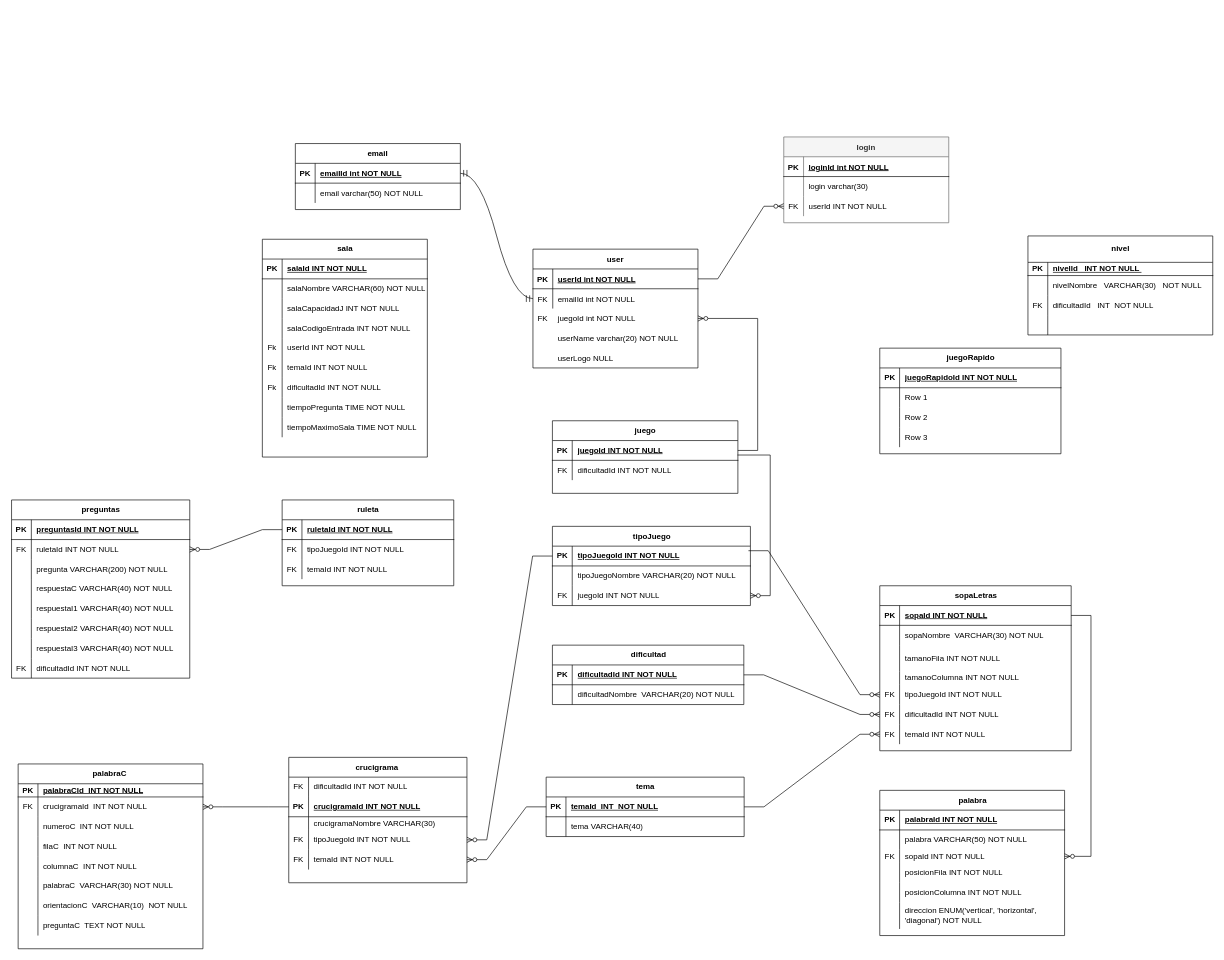
Above: MER/MER_juego.drawio in MasacradorM/juegoConjuntos (draw.io), before the change. Source tidied: cells renumbered, new cells numbered last; positions are measured from the earlier drawing's top-left corner, leaving out a move shared by most shapes. Both pictures are drawn from the tidied source at 66%, with x=0, y=0 at pixel (11, 137).
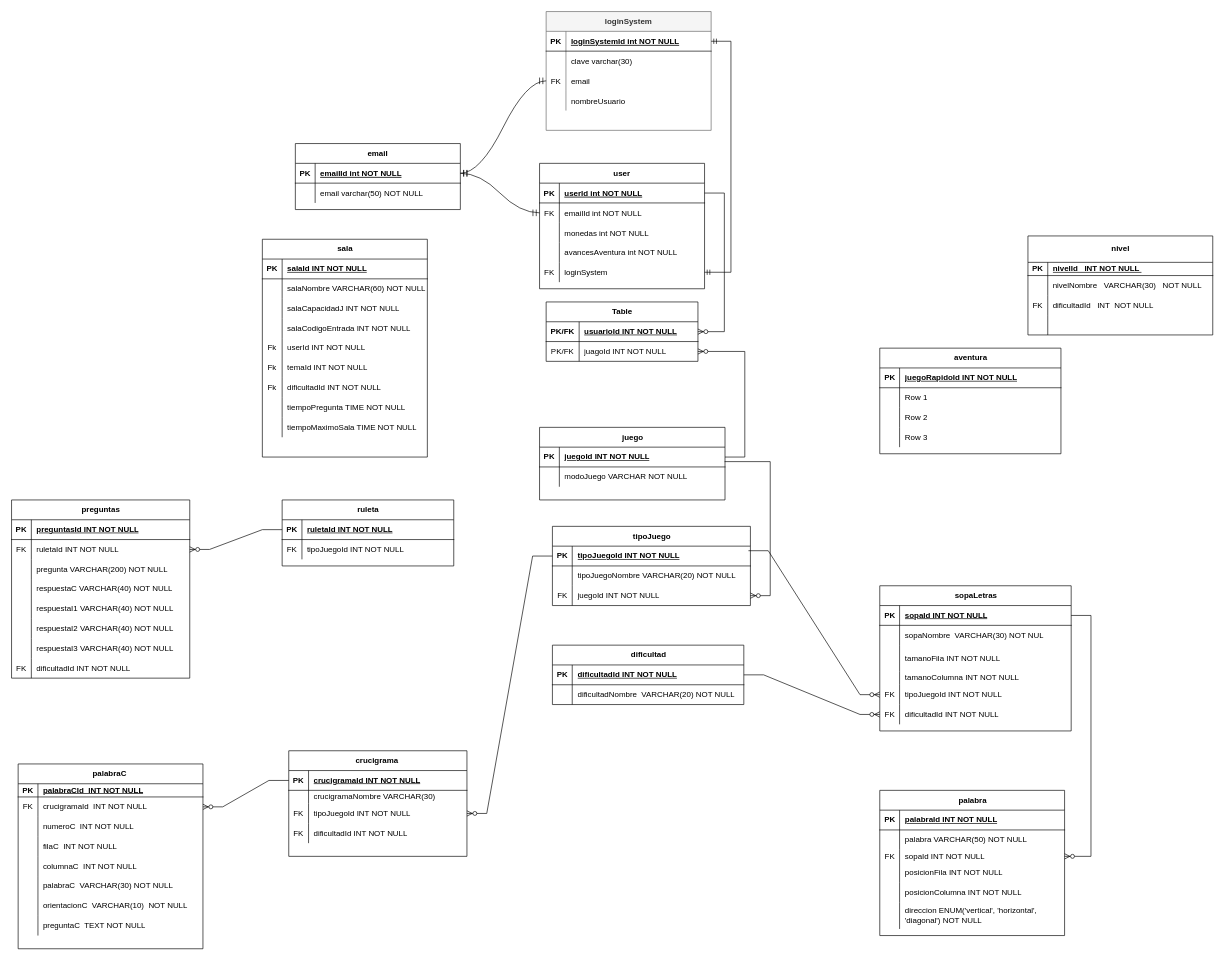
The same page after the edit.

The change refers to these unchanged cells:
```xml
<mxCell id="3" style="shape=partialRectangle;fillColor=none;points=[[0,0.5],[1,0.5]];portConstraint=eastwest;top=0;left=0;right=0;bottom=1;" parent="2" vertex="1">
  <mxGeometry y="30" width="250" height="30" as="geometry" />
</mxCell>
<mxCell id="10" style="shape=partialRectangle;fillColor=none;points=[[0,0.5],[1,0.5]];portConstraint=eastwest;top=0;left=0;right=0;bottom=1;" parent="9" vertex="1">
  <mxGeometry y="30" width="250" height="30" as="geometry" />
</mxCell>
<mxCell id="13" style="shape=partialRectangle;fillColor=none;top=0;left=0;right=0;bottom=0;" parent="9" vertex="1">
  <mxGeometry y="60" width="250" height="30" as="geometry" />
</mxCell>
<mxCell id="16" style="shape=partialRectangle;fillColor=none;points=[[0,0.5],[1,0.5]];portConstraint=eastwest;top=0;left=0;right=0;bottom=0;" parent="9" vertex="1">
  <mxGeometry y="90" width="250" height="30" as="geometry" />
</mxCell>
<mxCell id="20" style="shape=partialRectangle;fillColor=none;points=[[0,0.5],[1,0.5]];portConstraint=eastwest;top=0;left=0;right=0;bottom=1;" parent="19" vertex="1">
  <mxGeometry y="30" width="250" height="30" as="geometry" />
</mxCell>
<mxCell id="33" style="shape=tableRow;horizontal=0;startSize=0;swimlaneHead=0;swimlaneBody=0;fillColor=none;points=[[0,0.5],[1,0.5]];portConstraint=eastwest;top=0;left=0;right=0;bottom=1;" parent="32" vertex="1">
  <mxGeometry y="30" width="281" height="30" as="geometry" />
</mxCell>
<mxCell id="36" style="shape=tableRow;horizontal=0;startSize=0;swimlaneHead=0;swimlaneBody=0;fillColor=none;top=0;left=0;right=0;bottom=0;" parent="32" vertex="1">
  <mxGeometry y="60" width="281" height="30" as="geometry" />
</mxCell>
```

Diff of the diagram source:
```diff
@@
     <mxCell id="2" value="user" style="shape=table;startSize=30;childLayout=tableLayout;rowLines=0;fontStyle=1;align=center;" parent="1" vertex="1">
-      <mxGeometry x="790" y="170" width="250" height="180" as="geometry" />
+      <mxGeometry x="800" y="40" width="250" height="190" as="geometry" />
     </mxCell>
@@
+    <mxCell id="245" style="shape=partialRectangle;fillColor=none;top=0;left=0;right=0;bottom=0;" parent="2" vertex="1">
+      <mxGeometry y="90" width="250" height="30" as="geometry" />
+    </mxCell>
+    <mxCell id="246" style="shape=partialRectangle;overflow=hidden;fillColor=none;top=0;left=0;bottom=0;right=0;" parent="245" vertex="1">
+      <mxGeometry width="30" height="30" as="geometry" />
+    </mxCell>
+    <mxCell id="247" value="monedas int NOT NULL" style="shape=partialRectangle;overflow=hidden;fillColor=none;top=0;left=0;bottom=0;right=0;align=left;spacingLeft=6;" parent="245" vertex="1">
+      <mxGeometry x="30" width="220" height="30" as="geometry" />
+    </mxCell>
+    <mxCell id="248" style="shape=partialRectangle;fillColor=none;top=0;left=0;right=0;bottom=0;" parent="2" vertex="1">
+      <mxGeometry y="120" width="250" height="30" as="geometry" />
+    </mxCell>
+    <mxCell id="249" style="shape=partialRectangle;overflow=hidden;fillColor=none;top=0;left=0;bottom=0;right=0;" parent="248" vertex="1">
+      <mxGeometry width="30" height="30" as="geometry" />
+    </mxCell>
+    <mxCell id="250" value="avancesAventura int NOT NULL" style="shape=partialRectangle;overflow=hidden;fillColor=none;top=0;left=0;bottom=0;right=0;align=left;spacingLeft=6;" parent="248" vertex="1">
+      <mxGeometry x="30" width="220" height="30" as="geometry" />
+    </mxCell>
+    <mxCell id="251" style="shape=partialRectangle;fillColor=none;points=[[0,0.5],[1,0.5]];portConstraint=eastwest;top=0;left=0;right=0;bottom=0;" parent="2" vertex="1">
+      <mxGeometry y="150" width="250" height="30" as="geometry" />
+    </mxCell>
+    <mxCell id="30" value="FK" style="shape=partialRectangle;overflow=hidden;fillColor=none;top=0;left=0;bottom=0;right=0;" parent="251" vertex="1">
+      <mxGeometry width="30" height="30" as="geometry" />
+    </mxCell>
+    <mxCell id="252" value="loginSystem" style="shape=partialRectangle;overflow=hidden;fillColor=none;top=0;left=0;bottom=0;right=0;align=left;spacingLeft=6;" parent="251" vertex="1">
+      <mxGeometry x="30" width="220" height="30" as="geometry" />
+    </mxCell>
-    <mxCell id="9" value="login" style="shape=table;startSize=30;childLayout=tableLayout;rowLines=0;fontStyle=1;align=center;fillColor=#f5f5f5;strokeColor=#666666;fontColor=#333333;" parent="1" vertex="1">
-      <mxGeometry x="1170" width="250" height="130" as="geometry" />
+    <mxCell id="9" value="loginSystem" style="shape=table;startSize=30;childLayout=tableLayout;rowLines=0;fontStyle=1;align=center;fillColor=#f5f5f5;strokeColor=#666666;fontColor=#333333;" parent="1" vertex="1">
+      <mxGeometry x="810" y="-190" width="250" height="180" as="geometry" />
     </mxCell>
@@
-    <mxCell id="12" value="loginId int NOT NULL " style="shape=partialRectangle;overflow=hidden;fillColor=none;top=0;left=0;bottom=0;right=0;align=left;spacingLeft=6;fontStyle=5;" parent="10" vertex="1">
+    <mxCell id="12" value="loginSystemId int NOT NULL " style="shape=partialRectangle;overflow=hidden;fillColor=none;top=0;left=0;bottom=0;right=0;align=left;spacingLeft=6;fontStyle=5;" parent="10" vertex="1">
       <mxGeometry x="30" width="220" height="30" as="geometry" />
     </mxCell>
@@
-    <mxCell id="15" value="login varchar(30)" style="shape=partialRectangle;overflow=hidden;fillColor=none;top=0;left=0;bottom=0;right=0;align=left;spacingLeft=6;" parent="13" vertex="1">
+    <mxCell id="15" value="clave varchar(30)" style="shape=partialRectangle;overflow=hidden;fillColor=none;top=0;left=0;bottom=0;right=0;align=left;spacingLeft=6;" parent="13" vertex="1">
       <mxGeometry x="30" width="220" height="30" as="geometry" />
     </mxCell>
@@
-    <mxCell id="18" value="userId INT NOT NULL" style="shape=partialRectangle;overflow=hidden;fillColor=none;top=0;left=0;bottom=0;right=0;align=left;spacingLeft=6;" parent="16" vertex="1">
+    <mxCell id="18" value="email" style="shape=partialRectangle;overflow=hidden;fillColor=none;top=0;left=0;bottom=0;right=0;align=left;spacingLeft=6;" parent="16" vertex="1">
       <mxGeometry x="30" width="220" height="30" as="geometry" />
     </mxCell>
+    <mxCell id="253" style="shape=partialRectangle;fillColor=none;top=0;left=0;right=0;bottom=0;" parent="9" vertex="1">
+      <mxGeometry y="120" width="250" height="30" as="geometry" />
+    </mxCell>
+    <mxCell id="254" style="shape=partialRectangle;overflow=hidden;fillColor=none;top=0;left=0;bottom=0;right=0;" parent="253" vertex="1">
+      <mxGeometry width="30" height="30" as="geometry" />
+    </mxCell>
+    <mxCell id="255" value="nombreUsuario" style="shape=partialRectangle;overflow=hidden;fillColor=none;top=0;left=0;bottom=0;right=0;align=left;spacingLeft=6;" parent="253" vertex="1">
+      <mxGeometry x="30" width="220" height="30" as="geometry" />
+    </mxCell>
@@
-    <mxCell id="27" value="userName varchar(20) NOT NULL" style="shape=partialRectangle;overflow=hidden;fillColor=none;top=0;left=0;bottom=0;right=0;align=left;spacingLeft=6;" parent="1" vertex="1">
-      <mxGeometry x="820" y="290" width="220" height="30" as="geometry" />
-    </mxCell>
-    <mxCell id="28" value="userLogo NULL" style="shape=partialRectangle;overflow=hidden;fillColor=none;top=0;left=0;bottom=0;right=0;align=left;spacingLeft=6;" parent="1" vertex="1">
-      <mxGeometry x="820" y="320" width="220" height="30" as="geometry" />
-    </mxCell>
-    <mxCell id="29" style="shape=partialRectangle;fillColor=none;points=[[0,0.5],[1,0.5]];portConstraint=eastwest;top=0;left=0;right=0;bottom=0;" parent="1" vertex="1">
-      <mxGeometry x="790" y="260" width="250" height="30" as="geometry" />
-    </mxCell>
-    <mxCell id="30" value="FK" style="shape=partialRectangle;overflow=hidden;fillColor=none;top=0;left=0;bottom=0;right=0;" parent="29" vertex="1">
-      <mxGeometry width="30" height="30" as="geometry" />
-    </mxCell>
-    <mxCell id="31" value="juegoId int NOT NULL" style="shape=partialRectangle;overflow=hidden;fillColor=none;top=0;left=0;bottom=0;right=0;align=left;spacingLeft=6;" parent="29" vertex="1">
-      <mxGeometry x="30" width="220" height="30" as="geometry" />
-    </mxCell>
     <mxCell id="32" value="juego" style="shape=table;startSize=30;childLayout=tableLayout;rowLines=0;fontStyle=1;align=center;html=1;" parent="1" vertex="1">
-      <mxGeometry x="819.5" y="430" width="281" height="110" as="geometry" />
+      <mxGeometry x="800" y="440" width="281" height="110" as="geometry" />
     </mxCell>
@@
-    <mxCell id="37" value="FK" style="shape=partialRectangle;fillColor=none;top=0;left=0;bottom=0;right=0;overflow=hidden;whiteSpace=wrap;html=1;" parent="36" vertex="1">
+    <mxCell id="37" style="shape=partialRectangle;fillColor=none;top=0;left=0;bottom=0;right=0;overflow=hidden;whiteSpace=wrap;html=1;" parent="36" vertex="1">
       <mxGeometry width="30" height="30" as="geometry" />
     </mxCell>
-    <mxCell id="38" value="dificultadId INT NOT NULL" style="shape=partialRectangle;fillColor=none;top=0;left=0;bottom=0;right=0;align=left;spacingLeft=6;overflow=hidden;whiteSpace=wrap;html=1;" parent="36" vertex="1">
+    <mxCell id="38" value="modoJuego VARCHAR NOT NULL" style="shape=partialRectangle;fillColor=none;top=0;left=0;bottom=0;right=0;align=left;spacingLeft=6;overflow=hidden;whiteSpace=wrap;html=1;" parent="36" vertex="1">
       <mxGeometry x="30" width="251" height="30" as="geometry" />
     </mxCell>
@@
     <mxCell id="49" value="crucigrama&amp;nbsp;" style="shape=table;startSize=30;childLayout=tableLayout;rowLines=0;fontStyle=1;align=center;html=1;" parent="1" vertex="1">
-      <mxGeometry x="420" y="940" width="270" height="190" as="geometry" />
+      <mxGeometry x="420" y="930" width="270" height="160" as="geometry" />
     </mxCell>
-    <mxCell id="50" style="shape=tableRow;horizontal=0;startSize=0;swimlaneHead=0;swimlaneBody=0;fillColor=none;top=0;left=0;right=0;bottom=0;" parent="49" vertex="1">
-      <mxGeometry y="30" width="270" height="30" as="geometry" />
-    </mxCell>
-    <mxCell id="51" value="FK" style="shape=partialRectangle;fillColor=none;top=0;left=0;bottom=0;right=0;overflow=hidden;whiteSpace=wrap;html=1;" parent="50" vertex="1">
-      <mxGeometry width="30" height="30" as="geometry" />
-    </mxCell>
-    <mxCell id="52" value="dificultadId INT NOT NULL" style="shape=partialRectangle;fillColor=none;top=0;left=0;bottom=0;right=0;align=left;spacingLeft=6;overflow=hidden;whiteSpace=wrap;html=1;" parent="50" vertex="1">
-      <mxGeometry x="30" width="240" height="30" as="geometry" />
-    </mxCell>
     <mxCell id="53" style="shape=tableRow;horizontal=0;startSize=0;swimlaneHead=0;swimlaneBody=0;fillColor=none;points=[[0,0.5],[1,0.5]];portConstraint=eastwest;top=0;left=0;right=0;bottom=1;" parent="49" vertex="1">
-      <mxGeometry y="60" width="270" height="30" as="geometry" />
+      <mxGeometry y="30" width="270" height="30" as="geometry" />
     </mxCell>
@@
     <mxCell id="56" style="shape=tableRow;horizontal=0;startSize=0;swimlaneHead=0;swimlaneBody=0;fillColor=none;top=0;left=0;right=0;bottom=0;" parent="49" vertex="1">
-      <mxGeometry y="90" width="270" height="20" as="geometry" />
+      <mxGeometry y="60" width="270" height="20" as="geometry" />
     </mxCell>
@@
     <mxCell id="59" style="shape=tableRow;horizontal=0;startSize=0;swimlaneHead=0;swimlaneBody=0;fillColor=none;points=[[0,0.5],[1,0.5]];portConstraint=eastwest;top=0;left=0;right=0;bottom=0;" parent="49" vertex="1">
-      <mxGeometry y="110" width="270" height="30" as="geometry" />
+      <mxGeometry y="80" width="270" height="30" as="geometry" />
     </mxCell>
@@
-    <mxCell id="62" style="shape=tableRow;horizontal=0;startSize=0;swimlaneHead=0;swimlaneBody=0;fillColor=none;points=[[0,0.5],[1,0.5]];portConstraint=eastwest;top=0;left=0;right=0;bottom=0;" parent="49" vertex="1">
-      <mxGeometry y="140" width="270" height="30" as="geometry" />
-    </mxCell>
-    <mxCell id="63" value="FK" style="shape=partialRectangle;fillColor=none;top=0;left=0;bottom=0;right=0;overflow=hidden;whiteSpace=wrap;html=1;" parent="62" vertex="1">
-      <mxGeometry width="30" height="30" as="geometry" />
-    </mxCell>
-    <mxCell id="64" value="temaId INT NOT NULL" style="shape=partialRectangle;fillColor=none;top=0;left=0;bottom=0;right=0;align=left;spacingLeft=6;overflow=hidden;whiteSpace=wrap;html=1;" parent="62" vertex="1">
-      <mxGeometry x="30" width="240" height="30" as="geometry" />
-    </mxCell>
+    <mxCell id="50" style="shape=tableRow;horizontal=0;startSize=0;swimlaneHead=0;swimlaneBody=0;fillColor=none;top=0;left=0;right=0;bottom=0;" parent="49" vertex="1">
+      <mxGeometry y="110" width="270" height="30" as="geometry" />
+    </mxCell>
+    <mxCell id="51" value="FK" style="shape=partialRectangle;fillColor=none;top=0;left=0;bottom=0;right=0;overflow=hidden;whiteSpace=wrap;html=1;" parent="50" vertex="1">
+      <mxGeometry width="30" height="30" as="geometry" />
+    </mxCell>
+    <mxCell id="52" value="dificultadId INT NOT NULL" style="shape=partialRectangle;fillColor=none;top=0;left=0;bottom=0;right=0;align=left;spacingLeft=6;overflow=hidden;whiteSpace=wrap;html=1;" parent="50" vertex="1">
+      <mxGeometry x="30" width="240" height="30" as="geometry" />
+    </mxCell>
     <mxCell id="65" value="sopaLetras" style="shape=table;startSize=30;childLayout=tableLayout;rowLines=0;fontStyle=1;align=center;html=1;" parent="1" vertex="1">
-      <mxGeometry x="1315.5" y="680" width="290" height="250" as="geometry" />
+      <mxGeometry x="1315.5" y="680" width="290" height="220" as="geometry" />
     </mxCell>
@@
-    <mxCell id="84" style="shape=tableRow;horizontal=0;startSize=0;swimlaneHead=0;swimlaneBody=0;fillColor=none;points=[[0,0.5],[1,0.5]];portConstraint=eastwest;top=0;left=0;right=0;bottom=0;" parent="65" vertex="1">
-      <mxGeometry y="210" width="290" height="30" as="geometry" />
-    </mxCell>
-    <mxCell id="85" value="FK" style="shape=partialRectangle;fillColor=none;top=0;left=0;bottom=0;right=0;overflow=hidden;whiteSpace=wrap;html=1;" parent="84" vertex="1">
-      <mxGeometry width="30" height="30" as="geometry" />
-    </mxCell>
-    <mxCell id="86" value="temaId INT NOT NULL" style="shape=partialRectangle;fillColor=none;top=0;left=0;bottom=0;right=0;align=left;spacingLeft=6;overflow=hidden;whiteSpace=wrap;html=1;" parent="84" vertex="1">
-      <mxGeometry x="30" width="260" height="30" as="geometry" />
-    </mxCell>
@@
-    <mxCell id="131" value="tema" style="shape=table;startSize=30;childLayout=tableLayout;rowLines=0;fontStyle=1;align=center;html=1;" parent="1" vertex="1">
-      <mxGeometry x="810" y="970" width="300" height="90" as="geometry" />
-    </mxCell>
-    <mxCell id="132" style="shape=tableRow;horizontal=0;startSize=0;swimlaneHead=0;swimlaneBody=0;fillColor=none;points=[[0,0.5],[1,0.5]];portConstraint=eastwest;top=0;left=0;right=0;bottom=1;" parent="131" vertex="1">
-      <mxGeometry y="30" width="300" height="30" as="geometry" />
-    </mxCell>
-    <mxCell id="133" value="PK" style="shape=partialRectangle;fillColor=none;top=0;left=0;bottom=0;right=0;fontStyle=1;overflow=hidden;whiteSpace=wrap;html=1;" parent="132" vertex="1">
-      <mxGeometry width="30" height="30" as="geometry" />
-    </mxCell>
-    <mxCell id="134" value="temaId&amp;nbsp; INT&amp;nbsp; NOT NULL" style="shape=partialRectangle;fillColor=none;top=0;left=0;bottom=0;right=0;align=left;spacingLeft=6;fontStyle=5;overflow=hidden;whiteSpace=wrap;html=1;" parent="132" vertex="1">
-      <mxGeometry x="30" width="270" height="30" as="geometry" />
-    </mxCell>
-    <mxCell id="135" style="shape=tableRow;horizontal=0;startSize=0;swimlaneHead=0;swimlaneBody=0;fillColor=none;top=0;left=0;right=0;bottom=0;" parent="131" vertex="1">
-      <mxGeometry y="60" width="300" height="30" as="geometry" />
-    </mxCell>
-    <mxCell id="136" style="shape=partialRectangle;fillColor=none;top=0;left=0;bottom=0;right=0;overflow=hidden;whiteSpace=wrap;html=1;" parent="135" vertex="1">
-      <mxGeometry width="30" height="30" as="geometry" />
-    </mxCell>
-    <mxCell id="137" value="tema VARCHAR(40)" style="shape=partialRectangle;fillColor=none;top=0;left=0;bottom=0;right=0;align=left;spacingLeft=6;overflow=hidden;whiteSpace=wrap;html=1;" parent="135" vertex="1">
-      <mxGeometry x="30" width="270" height="30" as="geometry" />
-    </mxCell>
-    <mxCell id="138" style="edgeStyle=entityRelationEdgeStyle;fontSize=12;html=1;endArrow=ERzeroToMany;endFill=1;rounded=0;" parent="1" edge="1" source="3" target="16">
-      <mxGeometry relative="1" as="geometry" />
-    </mxCell>
@@
-    <mxCell id="140" style="edgeStyle=entityRelationEdgeStyle;fontSize=12;html=1;endArrow=ERzeroToMany;endFill=1;rounded=0;exitX=0;exitY=0.5;exitDx=0;exitDy=0;" parent="1" edge="1" source="132" target="62">
-      <mxGeometry relative="1" as="geometry">
-        <Array as="points">
-          <mxPoint x="810" y="930" />
-        </Array>
-      </mxGeometry>
-    </mxCell>
@@
-    <mxCell id="142" style="edgeStyle=entityRelationEdgeStyle;fontSize=12;html=1;endArrow=ERzeroToMany;endFill=1;rounded=0;" parent="1" edge="1" source="132" target="84">
-      <mxGeometry relative="1" as="geometry">
-        <Array as="points">
-          <mxPoint x="1300" y="925" />
-        </Array>
-      </mxGeometry>
-    </mxCell>
@@
-    <mxCell id="146" style="edgeStyle=entityRelationEdgeStyle;fontSize=12;html=1;endArrow=ERzeroToMany;endFill=1;rounded=0;" parent="1" edge="1" source="33" target="29">
-      <mxGeometry relative="1" as="geometry">
-        <Array as="points">
-          <mxPoint x="790" y="470" />
-        </Array>
-      </mxGeometry>
-    </mxCell>
     <mxCell id="147" value="ruleta" style="shape=table;startSize=30;childLayout=tableLayout;rowLines=0;fontStyle=1;align=center;html=1;" parent="1" vertex="1">
-      <mxGeometry x="410" y="550" width="260" height="130" as="geometry" />
+      <mxGeometry x="410" y="550" width="260" height="100" as="geometry" />
     </mxCell>
@@
-    <mxCell id="154" style="shape=tableRow;horizontal=0;startSize=0;swimlaneHead=0;swimlaneBody=0;fillColor=none;top=0;left=0;right=0;bottom=0;" parent="147" vertex="1">
-      <mxGeometry y="90" width="260" height="30" as="geometry" />
-    </mxCell>
-    <mxCell id="155" value="FK" style="shape=partialRectangle;fillColor=none;top=0;left=0;bottom=0;right=0;overflow=hidden;whiteSpace=wrap;html=1;" parent="154" vertex="1">
-      <mxGeometry width="30" height="30" as="geometry" />
-    </mxCell>
-    <mxCell id="156" value="temaId INT NOT NULL" style="shape=partialRectangle;fillColor=none;top=0;left=0;bottom=0;right=0;align=left;spacingLeft=6;overflow=hidden;whiteSpace=wrap;html=1;" parent="154" vertex="1">
-      <mxGeometry x="30" width="230" height="30" as="geometry" />
-    </mxCell>
@@
-    <mxCell id="191" value="juegoRapido" style="shape=table;startSize=30;childLayout=tableLayout;rowLines=0;fontStyle=1;align=center;html=1;" parent="1" vertex="1">
+    <mxCell id="191" value="aventura" style="shape=table;startSize=30;childLayout=tableLayout;rowLines=0;fontStyle=1;align=center;html=1;" parent="1" vertex="1">
       <mxGeometry x="1315.5" y="320" width="274.5" height="160" as="geometry" />
     </mxCell>
@@
+    <mxCell id="256" value="Table" style="shape=table;startSize=30;childLayout=tableLayout;rowLines=0;fontStyle=1;align=center;html=1;" parent="1" vertex="1">
+      <mxGeometry x="810" y="250" width="230" height="90" as="geometry" />
+    </mxCell>
+    <mxCell id="257" style="shape=tableRow;horizontal=0;startSize=0;swimlaneHead=0;swimlaneBody=0;fillColor=none;points=[[0,0.5],[1,0.5]];portConstraint=eastwest;top=0;left=0;right=0;bottom=1;" parent="256" vertex="1">
+      <mxGeometry y="30" width="230" height="30" as="geometry" />
+    </mxCell>
+    <mxCell id="258" value="PK/FK" style="shape=partialRectangle;fillColor=none;top=0;left=0;bottom=0;right=0;fontStyle=1;overflow=hidden;whiteSpace=wrap;html=1;" parent="257" vertex="1">
+      <mxGeometry width="50" height="30" as="geometry" />
+    </mxCell>
+    <mxCell id="259" value="usuarioId INT NOT NULL" style="shape=partialRectangle;fillColor=none;top=0;left=0;bottom=0;right=0;align=left;spacingLeft=6;fontStyle=5;overflow=hidden;whiteSpace=wrap;html=1;" parent="257" vertex="1">
+      <mxGeometry x="50" width="180" height="30" as="geometry" />
+    </mxCell>
+    <mxCell id="260" style="shape=tableRow;horizontal=0;startSize=0;swimlaneHead=0;swimlaneBody=0;fillColor=none;points=[[0,0.5],[1,0.5]];portConstraint=eastwest;top=0;left=0;right=0;bottom=0;" parent="256" vertex="1">
+      <mxGeometry y="60" width="230" height="30" as="geometry" />
+    </mxCell>
+    <mxCell id="261" value="PK/FK" style="shape=partialRectangle;fillColor=none;top=0;left=0;bottom=0;right=0;overflow=hidden;whiteSpace=wrap;html=1;" parent="260" vertex="1">
+      <mxGeometry width="50" height="30" as="geometry" />
+    </mxCell>
+    <mxCell id="262" value="juagoId INT NOT NULL" style="shape=partialRectangle;fillColor=none;top=0;left=0;bottom=0;right=0;align=left;spacingLeft=6;overflow=hidden;whiteSpace=wrap;html=1;" parent="260" vertex="1">
+      <mxGeometry x="50" width="180" height="30" as="geometry" />
+    </mxCell>
+    <mxCell id="263" style="edgeStyle=entityRelationEdgeStyle;fontSize=12;html=1;endArrow=ERzeroToMany;endFill=1;rounded=0;entryX=1;entryY=0.5;entryDx=0;entryDy=0;" parent="1" edge="1" source="33" target="260">
+      <mxGeometry relative="1" as="geometry" />
+    </mxCell>
+    <mxCell id="264" style="edgeStyle=entityRelationEdgeStyle;fontSize=12;html=1;endArrow=ERzeroToMany;endFill=1;rounded=0;" parent="1" edge="1" source="3" target="257">
+      <mxGeometry relative="1" as="geometry" />
+    </mxCell>
+    <mxCell id="265" style="edgeStyle=entityRelationEdgeStyle;fontSize=12;html=1;endArrow=ERmandOne;startArrow=ERmandOne;rounded=0;" parent="1" edge="1" source="251" target="10">
+      <mxGeometry relative="1" as="geometry" />
+    </mxCell>
+    <mxCell id="266" style="edgeStyle=entityRelationEdgeStyle;fontSize=12;html=1;endArrow=ERmandOne;startArrow=ERmandOne;rounded=0;startSize=8;endSize=8;curved=1;" parent="1" edge="1" source="20" target="16">
+      <mxGeometry relative="1" as="geometry">
+        <Array as="points">
+          <mxPoint x="680" y="-70" />
+        </Array>
+      </mxGeometry>
+    </mxCell>
```
